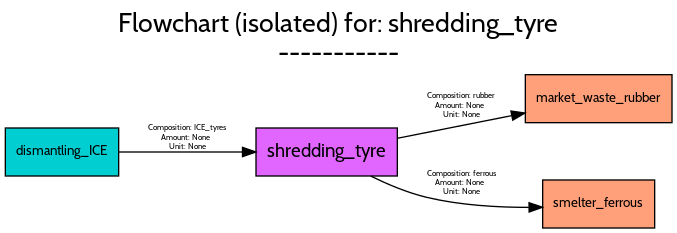
Above: src/examples/ELV/figures/flowcharts/processes/png/shredding_tyre.png in FutuRaM-Project/Recovery-Model (Graphviz), before the change. Its source is kept beside it as src/examples/ELV/figures/flowcharts/processes/dot/shredding_tyre.dot. Source of this version:
```dot
digraph {
	graph [bb="0,0,500,167",
		font=Cabin,
		fontname=Cabin,
		fontsize=20,
		label="Flowchart (isolated) for: shredding_tyre
-----------",
		labeljust=c,
		labelloc=tc,
		lheight=0.61,
		lp="250,141",
		lwidth=4.60,
		nodesep=0.6,
		rankdir=LR,
		ranksep=0.6
	];
	node [label="\N"];
	shredding_tyre	[fillcolor=mediumorchid1,
		fontname=Cabin,
		fontsize=14,
		height=0.5,
		pos="241,57",
		shape=box,
		style=filled,
		width=1.4722];
	market_waste_rubber	[fillcolor=lightsalmon1,
		fontname=Cabin,
		fontsize=10,
		height=0.5,
		pos="445,97",
		shape=box,
		style=filled,
		width=1.5278];
	shredding_tyre -> market_waste_rubber	[color=black,
		fontname=Cabin,
		fontsize=6,
		label="Composition: rubber
Amount: None
Unit: None",
		lp="342,91.5",
		pos="e,389.69,86.245 294.02,67.301 320.15,72.476 352.06,78.793 379.71,84.269"];
	smelter_ferrous	[fillcolor=lightsalmon1,
		fontname=Cabin,
		fontsize=10,
		height=0.5,
		pos="445,18",
		shape=box,
		style=filled,
		width=1.1667];
	shredding_tyre -> smelter_ferrous	[color=black,
		fontname=Cabin,
		fontsize=6,
		label="Composition: ferrous
Amount: None
Unit: None",
		lp="342,33.5",
		pos="e,402.8,15.569 274.16,38.894 286.81,32.675 301.7,26.422 316,23 340.78,17.072 369.01,15.448 392.64,15.463"];
	dismantling_ICE	[fillcolor=darkturquoise,
		fontname=Cabin,
		fontsize=10,
		height=0.5,
		pos="42.5,57",
		shape=box,
		style=filled,
		width=1.1806];
	dismantling_ICE -> shredding_tyre	[color=black,
		fontname=Cabin,
		fontsize=6,
		label="Composition: ICE_tyres
Amount: None
Unit: None",
		lp="136.5,67.5",
		pos="e,187.87,57 85.173,57 112.1,57 147.62,57 177.85,57"];
}
```
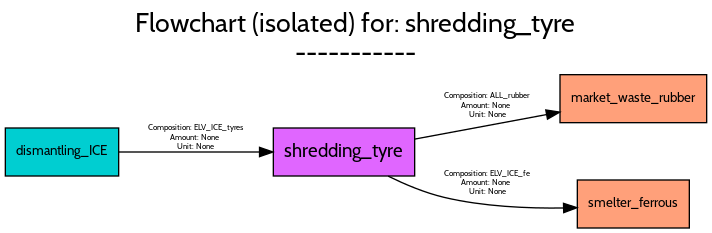
After the change.

Diff of the diagram source:
```diff
@@ -1,5 +1,5 @@
 digraph {
-	graph [bb="0,0,500,167",
+	graph [bb="0,0,526,167",
 		font=Cabin,
 		fontname=Cabin,
 		fontsize=20,
@@ -8,7 +8,7 @@
 		labeljust=c,
 		labelloc=tc,
 		lheight=0.61,
-		lp="250,141",
+		lp="263,141",
 		lwidth=4.60,
 		nodesep=0.6,
 		rankdir=LR,
@@ -19,7 +19,7 @@
 		fontname=Cabin,
 		fontsize=14,
 		height=0.5,
-		pos="241,57",
+		pos="254,57",
 		shape=box,
 		style=filled,
 		width=1.4722];
@@ -27,34 +27,34 @@
 		fontname=Cabin,
 		fontsize=10,
 		height=0.5,
-		pos="445,97",
+		pos="471,97",
 		shape=box,
 		style=filled,
 		width=1.5278];
 	shredding_tyre -> market_waste_rubber	[color=black,
 		fontname=Cabin,
 		fontsize=6,
-		label="Composition: rubber
+		label="Composition: ALL_rubber
 Amount: None
 Unit: None",
-		lp="342,91.5",
-		pos="e,389.69,86.245 294.02,67.301 320.15,72.476 352.06,78.793 379.71,84.269"];
+		lp="361.5,91.5",
+		pos="e,415.81,86.918 307.05,66.683 336.76,72.212 374.27,79.189 405.8,85.056"];
 	smelter_ferrous	[fillcolor=lightsalmon1,
 		fontname=Cabin,
 		fontsize=10,
 		height=0.5,
-		pos="445,18",
+		pos="471,18",
 		shape=box,
 		style=filled,
 		width=1.1667];
 	shredding_tyre -> smelter_ferrous	[color=black,
 		fontname=Cabin,
 		fontsize=6,
-		label="Composition: ferrous
+		label="Composition: ELV_ICE_fe
 Amount: None
 Unit: None",
-		lp="342,33.5",
-		pos="e,402.8,15.569 274.16,38.894 286.81,32.675 301.7,26.422 316,23 340.78,17.072 369.01,15.448 392.64,15.463"];
+		lp="361.5,33.5",
+		pos="e,428.71,15.231 287.15,38.867 299.8,32.644 314.69,26.396 329,23 358.16,16.077 391.66,14.63 418.69,15.006"];
 	dismantling_ICE	[fillcolor=darkturquoise,
 		fontname=Cabin,
 		fontsize=10,
@@ -66,9 +66,9 @@
 	dismantling_ICE -> shredding_tyre	[color=black,
 		fontname=Cabin,
 		fontsize=6,
-		label="Composition: ICE_tyres
+		label="Composition: ELV_ICE_tyres
 Amount: None
 Unit: None",
-		lp="136.5,67.5",
-		pos="e,187.87,57 85.173,57 112.1,57 147.62,57 177.85,57"];
+		lp="143,67.5",
+		pos="e,200.65,57 85.141,57 115.2,57 156.32,57 190.34,57"];
 }
```
